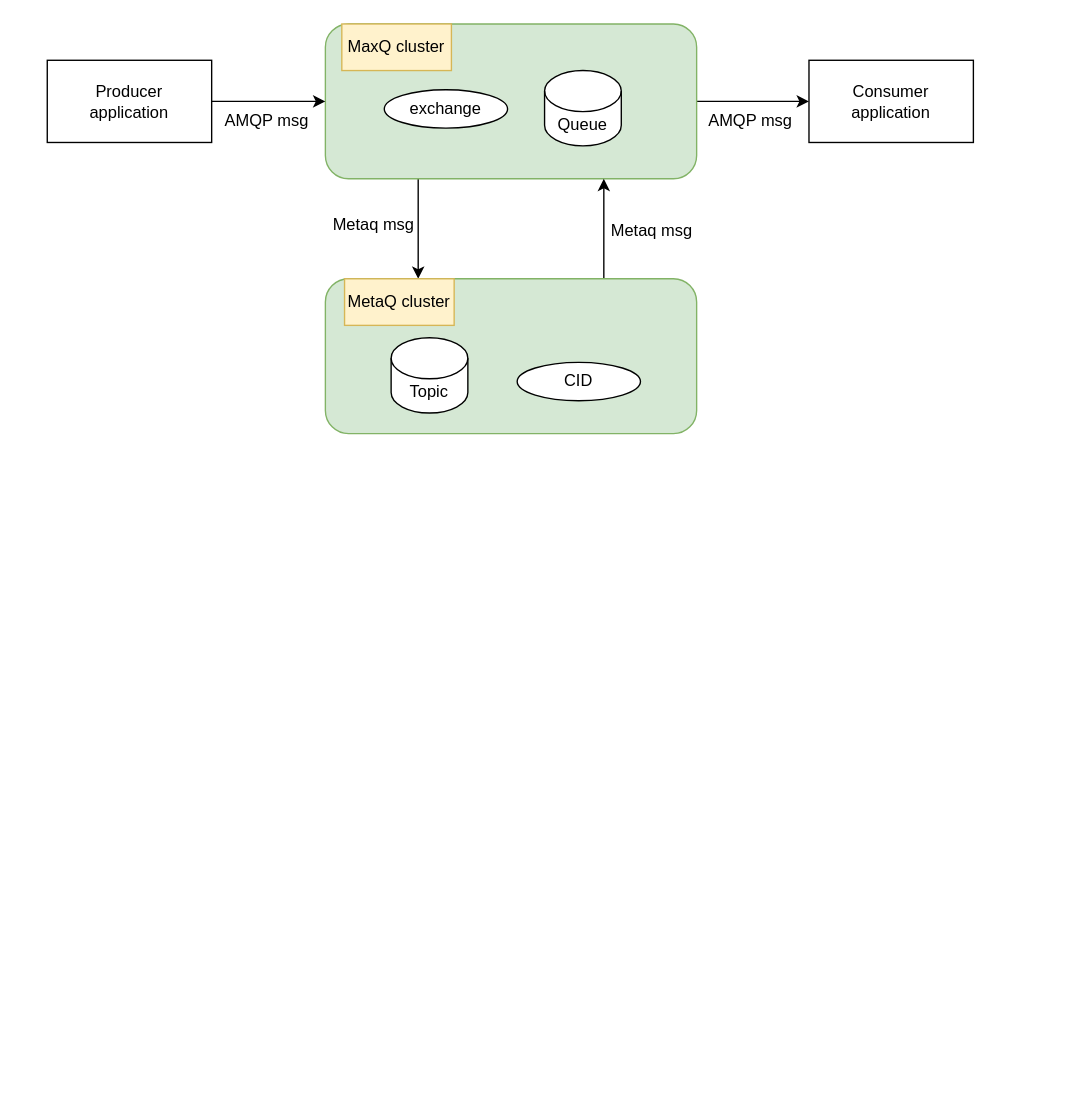
The draw.io diagram eleme/Untitled Diagram.drawio in zhangwm1987/mydraw_io, before the edit. Source tidied: cells renumbered, new cells numbered last; positions are measured from the earlier drawing's top-left corner, leaving out a move shared by most shapes. Both pictures are drawn from the tidied source at 137%, with x=0, y=0 at pixel (47, 23).
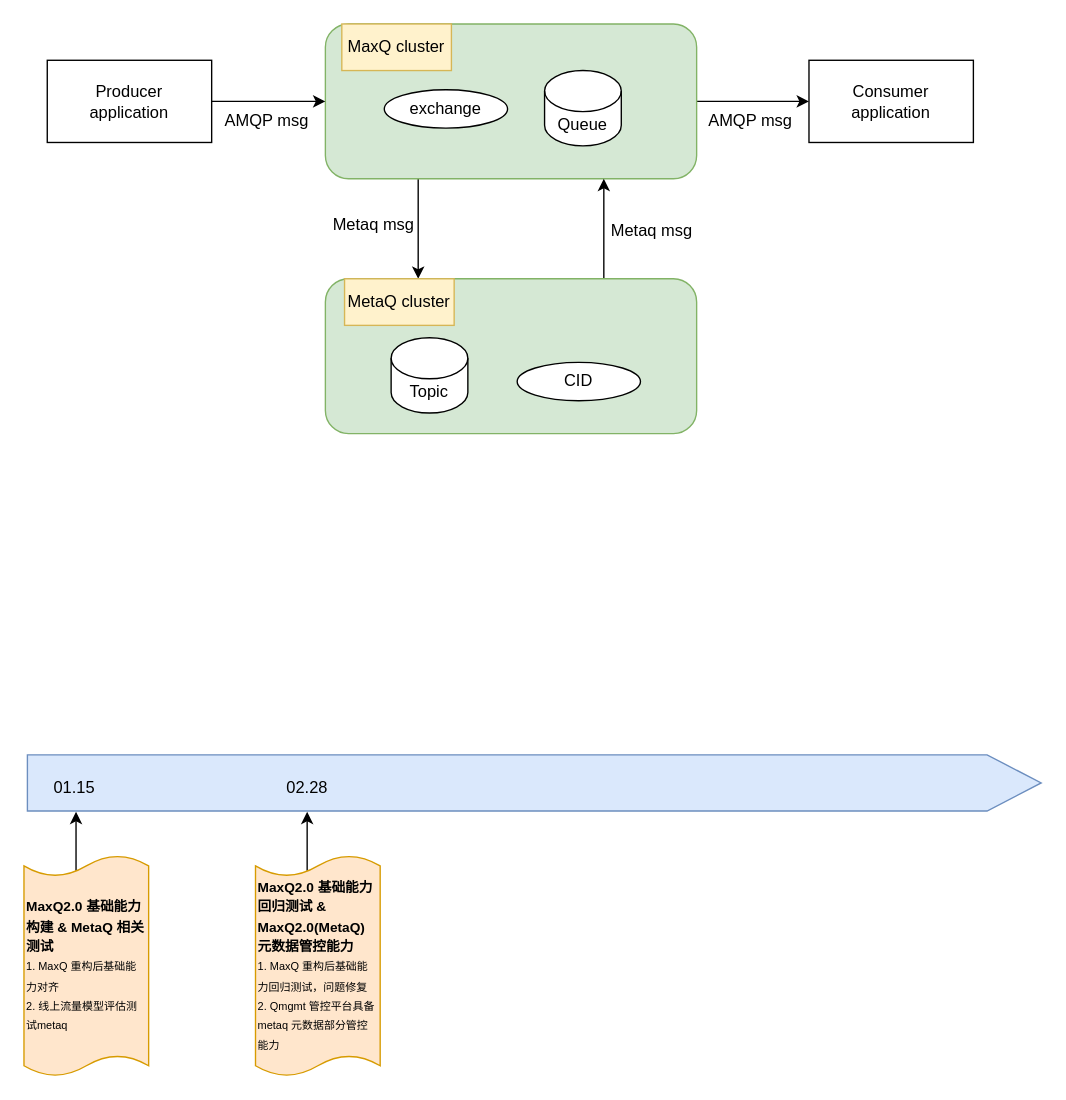
Above is the later version.

What changed in the source:
```diff
@@
+    <mxCell id="20" style="shape=offPageConnector;whiteSpace=wrap;html=1;rotation=-90;size=0.05337643678160886;fillColor=#dae8fc;strokeColor=#6c8ebf;" parent="1" vertex="1">
+      <mxGeometry x="335" y="184" width="41" height="740" as="geometry" />
+    </mxCell>
+    <mxCell id="21" style="endArrow=classic;html=1;rounded=0;" parent="1" edge="1">
+      <mxGeometry relative="1" as="geometry">
+        <mxPoint x="21" y="618" as="sourcePoint" />
+        <mxPoint x="21" y="575" as="targetPoint" />
+      </mxGeometry>
+    </mxCell>
+    <mxCell id="22" value="01.15" style="text;html=1;align=center;verticalAlign=middle;whiteSpace=wrap;rounded=0;" parent="1" vertex="1">
+      <mxGeometry x="-10" y="543" width="60" height="30" as="geometry" />
+    </mxCell>
+    <mxCell id="23" style="shape=tape;whiteSpace=wrap;html=1;size=0.09390220144165286;fillColor=#ffe6cc;strokeColor=#d79b00;" parent="1" vertex="1">
+      <mxGeometry x="-17" y="607" width="91" height="161" as="geometry" />
+    </mxCell>
+    <mxCell id="24" value="&lt;font style=&quot;font-size: 10px;&quot;&gt;&lt;b style=&quot;&quot;&gt;MaxQ2.0 基础能力构建 &amp;amp; MetaQ 相关测试&lt;/b&gt;&lt;/font&gt;&lt;div&gt;&lt;font style=&quot;font-size: 8px;&quot;&gt;1. MaxQ 重构后基础能力对齐&lt;/font&gt;&lt;/div&gt;&lt;div&gt;&lt;font style=&quot;font-size: 8px;&quot;&gt;2. 线上流量模型评估测试metaq&lt;/font&gt;&lt;/div&gt;" style="text;html=1;align=left;verticalAlign=middle;whiteSpace=wrap;rounded=0;" parent="1" vertex="1">
+      <mxGeometry x="-17" y="628" width="90" height="117" as="geometry" />
+    </mxCell>
+    <mxCell id="25" value="02.28" style="text;html=1;align=center;verticalAlign=middle;whiteSpace=wrap;rounded=0;" parent="1" vertex="1">
+      <mxGeometry x="160" y="543" width="60" height="30" as="geometry" />
+    </mxCell>
+    <mxCell id="26" style="endArrow=classic;html=1;rounded=0;" parent="1" edge="1">
+      <mxGeometry relative="1" as="geometry">
+        <mxPoint x="189.7" y="618" as="sourcePoint" />
+        <mxPoint x="189.7" y="575" as="targetPoint" />
+      </mxGeometry>
+    </mxCell>
+    <mxCell id="27" style="shape=tape;whiteSpace=wrap;html=1;size=0.09390220144165286;fillColor=#ffe6cc;strokeColor=#d79b00;" parent="1" vertex="1">
+      <mxGeometry x="152" y="607" width="91" height="161" as="geometry" />
+    </mxCell>
+    <mxCell id="28" value="&lt;font style=&quot;font-size: 10px;&quot;&gt;&lt;b style=&quot;&quot;&gt;MaxQ2.0 基础能力回归测试 &amp;amp; MaxQ2.0(MetaQ)元数据管控能力&lt;/b&gt;&lt;/font&gt;&lt;div&gt;&lt;font style=&quot;font-size: 8px;&quot;&gt;1. MaxQ 重构后基础能力回归测试，问题修复&lt;/font&gt;&lt;/div&gt;&lt;div&gt;&lt;font style=&quot;font-size: 8px;&quot;&gt;2. Qmgmt 管控平台具备metaq 元数据部分管控能力&lt;/font&gt;&lt;/div&gt;" style="text;html=1;align=left;verticalAlign=middle;whiteSpace=wrap;rounded=0;" parent="1" vertex="1">
+      <mxGeometry x="152" y="628" width="90" height="117" as="geometry" />
+    </mxCell>
```
